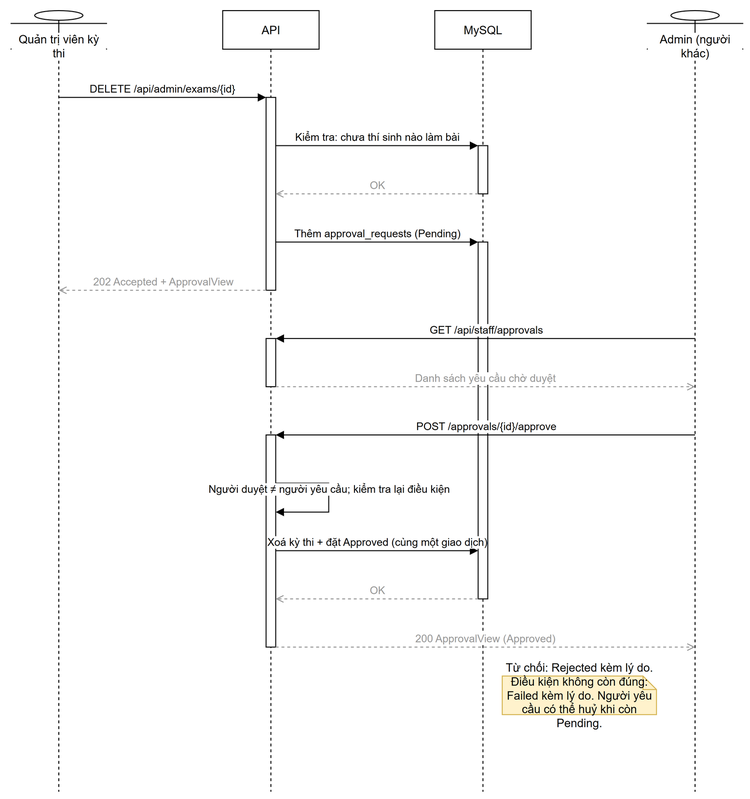
trhlow/cambridge-exam-prep keeps this draw.io diagram as thesis/diagrams/seq-approval.drawio.png. Above is the earlier version. Source tidied: cells renumbered, new cells last; positions are measured from the earlier drawing's top-left corner, leaving out a move shared by most shapes.
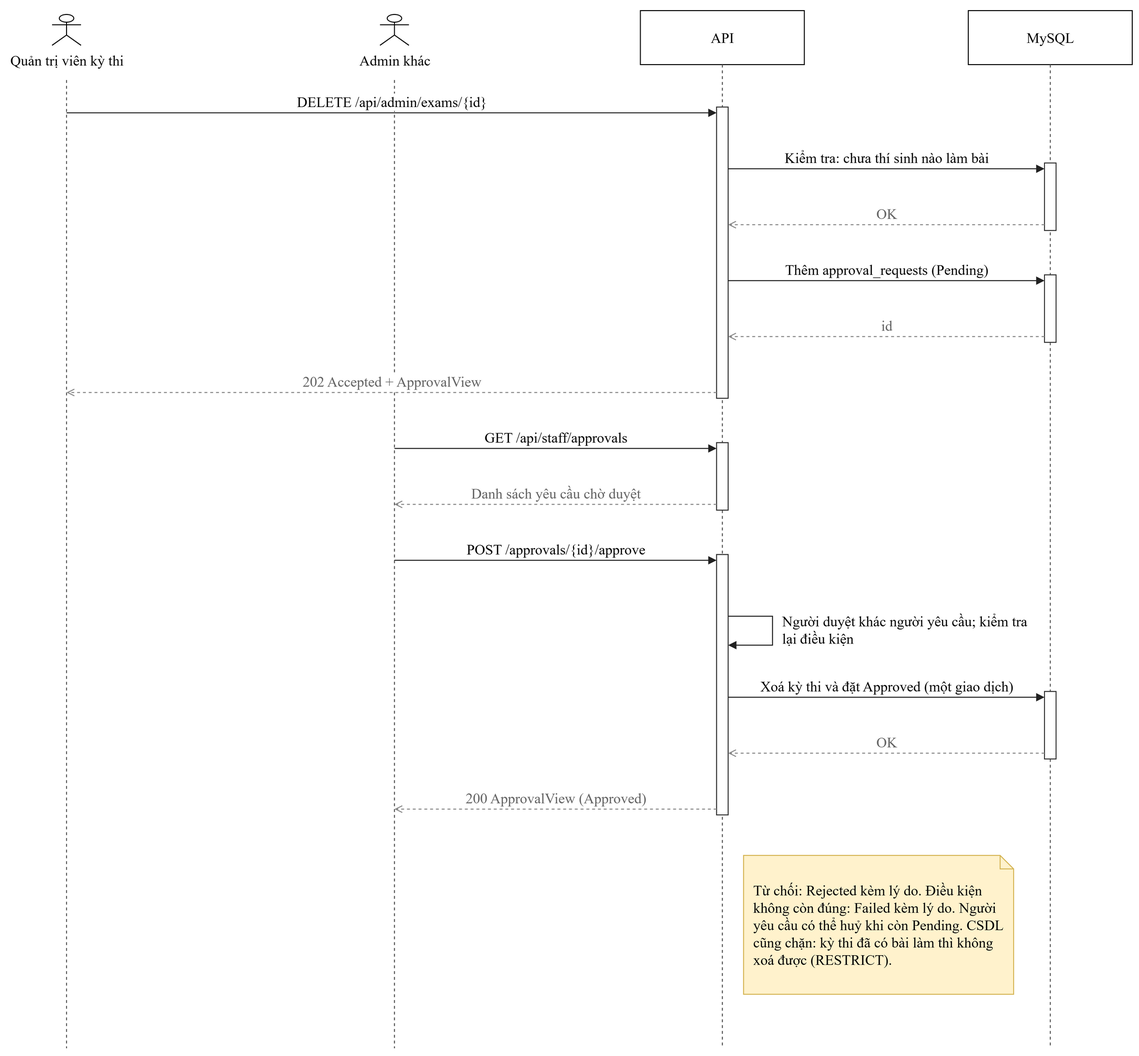
The same diagram one commit later.

What changed in the source:
```diff
@@ -2,76 +2,147 @@
   <root>
     <mxCell id="0" />
     <mxCell id="1" parent="0" />
-    <mxCell id="2" value="Quản trị viên kỳ thi" style="shape=umlLifeline;perimeter=lifelinePerimeter;whiteSpace=wrap;html=1;outlineConnect=0;portConstraint=eastwest;size=40;participant=umlActor;verticalAlign=bottom;spacingBottom=-14;labelBackgroundColor=#ffffff;" parent="1" vertex="1">
-      <mxGeometry width="100" height="810" as="geometry" />
+    <mxCell id="2" value="Quản trị viên kỳ thi" style="shape=umlActor;verticalLabelPosition=bottom;verticalAlign=top;html=1;outlineConnect=0;fontFamily=Times New Roman;fontSize=15;" parent="1" vertex="1">
+      <mxGeometry x="75" y="-36" width="30" height="32" as="geometry" />
     </mxCell>
+    <mxCell id="24" style="endArrow=none;dashed=1;html=1;strokeColor=#555555;" parent="1" edge="1">
+      <mxGeometry relative="1" as="geometry">
+        <mxPoint x="90" y="32" as="sourcePoint" />
+        <mxPoint x="90" y="1036" as="targetPoint" />
+      </mxGeometry>
+    </mxCell>
+    <mxCell id="25" value="Admin khác" style="shape=umlActor;verticalLabelPosition=bottom;verticalAlign=top;html=1;fontFamily=Times New Roman;fontSize=15;" parent="1" vertex="1">
+      <mxGeometry x="415" y="-36" width="30" height="32" as="geometry" />
+    </mxCell>
+    <mxCell id="26" style="endArrow=none;dashed=1;html=1;strokeColor=#555555;" parent="1" edge="1">
+      <mxGeometry relative="1" as="geometry">
+        <mxPoint x="430" y="32" as="sourcePoint" />
+        <mxPoint x="430" y="1036" as="targetPoint" />
+      </mxGeometry>
+    </mxCell>
-    <mxCell id="3" value="API" style="shape=umlLifeline;perimeter=lifelinePerimeter;whiteSpace=wrap;html=1;size=40;" parent="1" vertex="1">
-      <mxGeometry x="220" width="100" height="810" as="geometry" />
+    <mxCell id="3" value="API" style="rounded=0;whiteSpace=wrap;html=1;fontFamily=Times New Roman;fontSize=15;" parent="1" vertex="1">
+      <mxGeometry x="685" y="-40" width="170" height="56" as="geometry" />
     </mxCell>
+    <mxCell id="27" style="endArrow=none;dashed=1;html=1;strokeColor=#555555;" parent="1" edge="1">
+      <mxGeometry relative="1" as="geometry">
+        <mxPoint x="770" y="16" as="sourcePoint" />
+        <mxPoint x="770" y="1036" as="targetPoint" />
+      </mxGeometry>
+    </mxCell>
-    <mxCell id="4" value="MySQL" style="shape=umlLifeline;perimeter=lifelinePerimeter;whiteSpace=wrap;html=1;size=40;" parent="1" vertex="1">
-      <mxGeometry x="440" width="100" height="810" as="geometry" />
+    <mxCell id="4" value="MySQL" style="rounded=0;whiteSpace=wrap;html=1;fontFamily=Times New Roman;fontSize=15;" parent="1" vertex="1">
+      <mxGeometry x="1025" y="-40" width="170" height="56" as="geometry" />
     </mxCell>
-    <mxCell id="5" value="Admin (người khác)" style="shape=umlLifeline;perimeter=lifelinePerimeter;whiteSpace=wrap;html=1;outlineConnect=0;portConstraint=eastwest;size=40;participant=umlActor;verticalAlign=bottom;spacingBottom=-14;labelBackgroundColor=#ffffff;" parent="1" vertex="1">
-      <mxGeometry x="660" width="100" height="810" as="geometry" />
-    </mxCell>
-    <mxCell id="6" style="html=1;points=[];perimeter=orthogonalPerimeter;outlineConnect=0;fillColor=#ffffff;" parent="4" vertex="1">
-      <mxGeometry x="45" y="140" width="10" height="50" as="geometry" />
-    </mxCell>
-    <mxCell id="7" style="html=1;points=[];perimeter=orthogonalPerimeter;outlineConnect=0;fillColor=#ffffff;" parent="3" vertex="1">
-      <mxGeometry x="45" y="90" width="10" height="200" as="geometry" />
-    </mxCell>
-    <mxCell id="8" style="html=1;points=[];perimeter=orthogonalPerimeter;outlineConnect=0;fillColor=#ffffff;" parent="3" vertex="1">
-      <mxGeometry x="45" y="340" width="10" height="50" as="geometry" />
-    </mxCell>
-    <mxCell id="9" style="html=1;points=[];perimeter=orthogonalPerimeter;outlineConnect=0;fillColor=#ffffff;" parent="4" vertex="1">
-      <mxGeometry x="45" y="240" width="10" height="370" as="geometry" />
-    </mxCell>
-    <mxCell id="10" style="html=1;points=[];perimeter=orthogonalPerimeter;outlineConnect=0;fillColor=#ffffff;" parent="3" vertex="1">
-      <mxGeometry x="45" y="440" width="10" height="220" as="geometry" />
-    </mxCell>
+    <mxCell id="28" style="endArrow=none;dashed=1;html=1;strokeColor=#555555;" parent="1" edge="1">
+      <mxGeometry relative="1" as="geometry">
+        <mxPoint x="1110" y="16" as="sourcePoint" />
+        <mxPoint x="1110" y="1036" as="targetPoint" />
+      </mxGeometry>
+    </mxCell>
+    <mxCell id="29" style="rounded=0;whiteSpace=wrap;html=1;fillColor=#ffffff;strokeColor=#333333;" parent="1" vertex="1">
+      <mxGeometry x="1104" y="118" width="12" height="70" as="geometry" />
+    </mxCell>
+    <mxCell id="30" style="rounded=0;whiteSpace=wrap;html=1;fillColor=#ffffff;strokeColor=#333333;" parent="1" vertex="1">
+      <mxGeometry x="1104" y="234" width="12" height="70" as="geometry" />
+    </mxCell>
+    <mxCell id="31" style="rounded=0;whiteSpace=wrap;html=1;fillColor=#ffffff;strokeColor=#333333;" parent="1" vertex="1">
+      <mxGeometry x="764" y="60" width="12" height="302" as="geometry" />
+    </mxCell>
+    <mxCell id="32" style="rounded=0;whiteSpace=wrap;html=1;fillColor=#ffffff;strokeColor=#333333;" parent="1" vertex="1">
+      <mxGeometry x="764" y="408" width="12" height="70" as="geometry" />
+    </mxCell>
+    <mxCell id="33" style="rounded=0;whiteSpace=wrap;html=1;fillColor=#ffffff;strokeColor=#333333;" parent="1" vertex="1">
+      <mxGeometry x="1104" y="666" width="12" height="70" as="geometry" />
+    </mxCell>
+    <mxCell id="34" style="rounded=0;whiteSpace=wrap;html=1;fillColor=#ffffff;strokeColor=#333333;" parent="1" vertex="1">
+      <mxGeometry x="764" y="524" width="12" height="270" as="geometry" />
+    </mxCell>
-    <mxCell id="11" value="DELETE /api/admin/exams/{id}" style="html=1;verticalAlign=bottom;endArrow=block;curved=0;rounded=0;exitX=0.5;exitY=0.1111;entryX=0;entryY=0.0;" parent="1" edge="1" source="2" target="7">
-      <mxGeometry relative="1" as="geometry" />
+    <mxCell id="11" value="DELETE /api/admin/exams/{id}" style="endArrow=block;endFill=1;html=1;rounded=0;strokeColor=#222222;fontFamily=Times New Roman;fontSize=15;labelBackgroundColor=#ffffff;verticalAlign=bottom;" parent="1" edge="1">
+      <mxGeometry relative="1" as="geometry">
+        <mxPoint x="90" y="66" as="sourcePoint" />
+        <mxPoint x="764" y="66" as="targetPoint" />
+      </mxGeometry>
     </mxCell>
-    <mxCell id="12" value="Kiểm tra: chưa thí sinh nào làm bài" style="html=1;verticalAlign=bottom;endArrow=block;curved=0;rounded=0;exitX=1;exitY=0.25;entryX=0;entryY=0.0;" parent="1" edge="1" source="7" target="6">
-      <mxGeometry relative="1" as="geometry" />
+    <mxCell id="12" value="Kiểm tra: chưa thí sinh nào làm bài" style="endArrow=block;endFill=1;html=1;rounded=0;strokeColor=#222222;fontFamily=Times New Roman;fontSize=15;labelBackgroundColor=#ffffff;verticalAlign=bottom;" parent="1" edge="1">
+      <mxGeometry relative="1" as="geometry">
+        <mxPoint x="776" y="124" as="sourcePoint" />
+        <mxPoint x="1104" y="124" as="targetPoint" />
+      </mxGeometry>
     </mxCell>
-    <mxCell id="13" value="OK" style="html=1;verticalAlign=bottom;endArrow=open;dashed=1;curved=0;rounded=0;strokeColor=#999999;fontColor=#999999;exitX=0;exitY=1.0;entryX=1;entryY=0.5;" parent="1" edge="1" source="6" target="7">
-      <mxGeometry relative="1" as="geometry" />
-    </mxCell>
+    <mxCell id="35" value="OK" style="endArrow=open;dashed=1;html=1;rounded=0;strokeColor=#888888;fontColor=#666666;fontFamily=Times New Roman;fontSize=15;labelBackgroundColor=#ffffff;verticalAlign=bottom;" parent="1" edge="1">
+      <mxGeometry relative="1" as="geometry">
+        <mxPoint x="1104" y="182" as="sourcePoint" />
+        <mxPoint x="776" y="182" as="targetPoint" />
+      </mxGeometry>
+    </mxCell>
-    <mxCell id="14" value="Thêm approval_requests (Pending)" style="html=1;verticalAlign=bottom;endArrow=block;curved=0;rounded=0;exitX=1;exitY=0.75;entryX=0;entryY=0.0;" parent="1" edge="1" source="7" target="9">
-      <mxGeometry relative="1" as="geometry" />
+    <mxCell id="14" value="Thêm approval_requests (Pending)" style="endArrow=block;endFill=1;html=1;rounded=0;strokeColor=#222222;fontFamily=Times New Roman;fontSize=15;labelBackgroundColor=#ffffff;verticalAlign=bottom;" parent="1" edge="1">
+      <mxGeometry relative="1" as="geometry">
+        <mxPoint x="776" y="240" as="sourcePoint" />
+        <mxPoint x="1104" y="240" as="targetPoint" />
+      </mxGeometry>
     </mxCell>
+    <mxCell id="36" value="id" style="endArrow=open;dashed=1;html=1;rounded=0;strokeColor=#888888;fontColor=#666666;fontFamily=Times New Roman;fontSize=15;labelBackgroundColor=#ffffff;verticalAlign=bottom;" parent="1" edge="1">
+      <mxGeometry relative="1" as="geometry">
+        <mxPoint x="1104" y="298" as="sourcePoint" />
+        <mxPoint x="776" y="298" as="targetPoint" />
+      </mxGeometry>
+    </mxCell>
-    <mxCell id="15" value="202 Accepted + ApprovalView" style="html=1;verticalAlign=bottom;endArrow=open;dashed=1;curved=0;rounded=0;strokeColor=#999999;fontColor=#999999;exitX=0;exitY=1.0;entryX=0.5;entryY=0.358;" parent="1" edge="1" source="7" target="2">
-      <mxGeometry relative="1" as="geometry" />
+    <mxCell id="15" value="202 Accepted + ApprovalView" style="endArrow=open;dashed=1;html=1;rounded=0;strokeColor=#888888;fontColor=#666666;fontFamily=Times New Roman;fontSize=15;labelBackgroundColor=#ffffff;verticalAlign=bottom;" parent="1" edge="1">
+      <mxGeometry relative="1" as="geometry">
+        <mxPoint x="764" y="356" as="sourcePoint" />
+        <mxPoint x="90" y="356" as="targetPoint" />
+      </mxGeometry>
     </mxCell>
-    <mxCell id="16" value="GET /api/staff/approvals" style="html=1;verticalAlign=bottom;endArrow=block;curved=0;rounded=0;exitX=0.5;exitY=0.4198;entryX=1;entryY=0.0;" parent="1" edge="1" source="5" target="8">
-      <mxGeometry relative="1" as="geometry" />
+    <mxCell id="16" value="GET /api/staff/approvals" style="endArrow=block;endFill=1;html=1;rounded=0;strokeColor=#222222;fontFamily=Times New Roman;fontSize=15;labelBackgroundColor=#ffffff;verticalAlign=bottom;" parent="1" edge="1">
+      <mxGeometry relative="1" as="geometry">
+        <mxPoint x="430" y="414" as="sourcePoint" />
+        <mxPoint x="764" y="414" as="targetPoint" />
+      </mxGeometry>
     </mxCell>
-    <mxCell id="17" value="Danh sách yêu cầu chờ duyệt" style="html=1;verticalAlign=bottom;endArrow=open;dashed=1;curved=0;rounded=0;strokeColor=#999999;fontColor=#999999;exitX=1;exitY=1.0;entryX=0.5;entryY=0.4815;" parent="1" edge="1" source="8" target="5">
-      <mxGeometry relative="1" as="geometry" />
+    <mxCell id="17" value="Danh sách yêu cầu chờ duyệt" style="endArrow=open;dashed=1;html=1;rounded=0;strokeColor=#888888;fontColor=#666666;fontFamily=Times New Roman;fontSize=15;labelBackgroundColor=#ffffff;verticalAlign=bottom;" parent="1" edge="1">
+      <mxGeometry relative="1" as="geometry">
+        <mxPoint x="764" y="472" as="sourcePoint" />
+        <mxPoint x="430" y="472" as="targetPoint" />
+      </mxGeometry>
     </mxCell>
-    <mxCell id="18" value="POST /approvals/{id}/approve" style="html=1;verticalAlign=bottom;endArrow=block;curved=0;rounded=0;exitX=0.5;exitY=0.5432;entryX=1;entryY=0.0;" parent="1" edge="1" source="5" target="10">
-      <mxGeometry relative="1" as="geometry" />
+    <mxCell id="18" value="POST /approvals/{id}/approve" style="endArrow=block;endFill=1;html=1;rounded=0;strokeColor=#222222;fontFamily=Times New Roman;fontSize=15;labelBackgroundColor=#ffffff;verticalAlign=bottom;" parent="1" edge="1">
+      <mxGeometry relative="1" as="geometry">
+        <mxPoint x="430" y="530" as="sourcePoint" />
+        <mxPoint x="764" y="530" as="targetPoint" />
+      </mxGeometry>
     </mxCell>
-    <mxCell id="19" value="Người duyệt ≠ người yêu cầu; kiểm tra lại điều kiện" style="html=1;verticalAlign=bottom;endArrow=block;curved=0;rounded=0;exitX=1;exitY=0.2273;entryX=1;entryY=0.3636;" parent="1" edge="1" source="10" target="10">
-      <mxGeometry relative="1" as="geometry">
-        <Array as="points">
-          <mxPoint x="330" y="490" />
-          <mxPoint x="330" y="520" />
-        </Array>
-      </mxGeometry>
-    </mxCell>
-    <mxCell id="20" value="Xoá kỳ thi + đặt Approved (cùng một giao dịch)" style="html=1;verticalAlign=bottom;endArrow=block;curved=0;rounded=0;exitX=1;exitY=0.5455;entryX=0;entryY=0.8649;" parent="1" edge="1" source="10" target="9">
-      <mxGeometry relative="1" as="geometry" />
-    </mxCell>
-    <mxCell id="21" value="OK" style="html=1;verticalAlign=bottom;endArrow=open;dashed=1;curved=0;rounded=0;strokeColor=#999999;fontColor=#999999;exitX=0;exitY=1.0;entryX=1;entryY=0.7727;" parent="1" edge="1" source="9" target="10">
-      <mxGeometry relative="1" as="geometry" />
-    </mxCell>
+    <mxCell id="37" style="endArrow=block;endFill=1;html=1;rounded=0;strokeColor=#222222;fontFamily=Times New Roman;fontSize=15;labelBackgroundColor=#ffffff;verticalAlign=bottom;" parent="1" edge="1">
+      <mxGeometry relative="1" as="geometry">
+        <mxPoint x="776" y="588" as="sourcePoint" />
+        <mxPoint x="776" y="618" as="targetPoint" />
+        <Array as="points">
+          <mxPoint x="822" y="588" />
+          <mxPoint x="822" y="618" />
+        </Array>
+      </mxGeometry>
+    </mxCell>
+    <mxCell id="38" value="Người duyệt khác người yêu cầu; kiểm tra lại điều kiện" style="text;html=1;whiteSpace=wrap;align=left;verticalAlign=middle;fontFamily=Times New Roman;fontSize=15;" parent="1" vertex="1">
+      <mxGeometry x="830" y="582" width="270" height="40" as="geometry" />
+    </mxCell>
+    <mxCell id="39" value="Xoá kỳ thi và đặt Approved (một giao dịch)" style="endArrow=block;endFill=1;html=1;rounded=0;strokeColor=#222222;fontFamily=Times New Roman;fontSize=15;labelBackgroundColor=#ffffff;verticalAlign=bottom;" parent="1" edge="1">
+      <mxGeometry relative="1" as="geometry">
+        <mxPoint x="776" y="672" as="sourcePoint" />
+        <mxPoint x="1104" y="672" as="targetPoint" />
+      </mxGeometry>
+    </mxCell>
+    <mxCell id="40" value="OK" style="endArrow=open;dashed=1;html=1;rounded=0;strokeColor=#888888;fontColor=#666666;fontFamily=Times New Roman;fontSize=15;labelBackgroundColor=#ffffff;verticalAlign=bottom;" parent="1" edge="1">
+      <mxGeometry relative="1" as="geometry">
+        <mxPoint x="1104" y="730" as="sourcePoint" />
+        <mxPoint x="776" y="730" as="targetPoint" />
+      </mxGeometry>
+    </mxCell>
-    <mxCell id="22" value="200 ApprovalView (Approved)" style="html=1;verticalAlign=bottom;endArrow=open;dashed=1;curved=0;rounded=0;strokeColor=#999999;fontColor=#999999;exitX=1;exitY=1.0;entryX=0.5;entryY=0.8148;" parent="1" edge="1" source="10" target="5">
-      <mxGeometry relative="1" as="geometry" />
+    <mxCell id="22" value="200 ApprovalView (Approved)" style="endArrow=open;dashed=1;html=1;rounded=0;strokeColor=#888888;fontColor=#666666;fontFamily=Times New Roman;fontSize=15;labelBackgroundColor=#ffffff;verticalAlign=bottom;" parent="1" edge="1">
+      <mxGeometry relative="1" as="geometry">
+        <mxPoint x="764" y="788" as="sourcePoint" />
+        <mxPoint x="430" y="788" as="targetPoint" />
+      </mxGeometry>
     </mxCell>
-    <mxCell id="23" value="Từ chối: Rejected kèm lý do. Điều kiện không còn đúng: Failed kèm lý do. Người yêu cầu có thể huỷ khi còn Pending." style="shape=note;whiteSpace=wrap;html=1;size=14;fillColor=#fff2cc;strokeColor=#d6b656;" parent="1" vertex="1">
-      <mxGeometry x="510" y="690" width="160" height="40" as="geometry" />
-    </mxCell>
+    <mxCell id="41" value="Từ chối: Rejected kèm lý do. Điều kiện không còn đúng: Failed kèm lý do. Người yêu cầu có thể huỷ khi còn Pending. CSDL cũng chặn: kỳ thi đã có bài làm thì không xoá được (RESTRICT)." style="shape=note;whiteSpace=wrap;html=1;size=14;fillColor=#fff2cc;strokeColor=#d6b656;align=left;spacingLeft=8;spacingRight=8;fontFamily=Times New Roman;fontSize=15;" parent="1" vertex="1">
+      <mxGeometry x="792" y="836" width="280" height="144" as="geometry" />
+    </mxCell>
   </root>
 </mxGraphModel>
```
